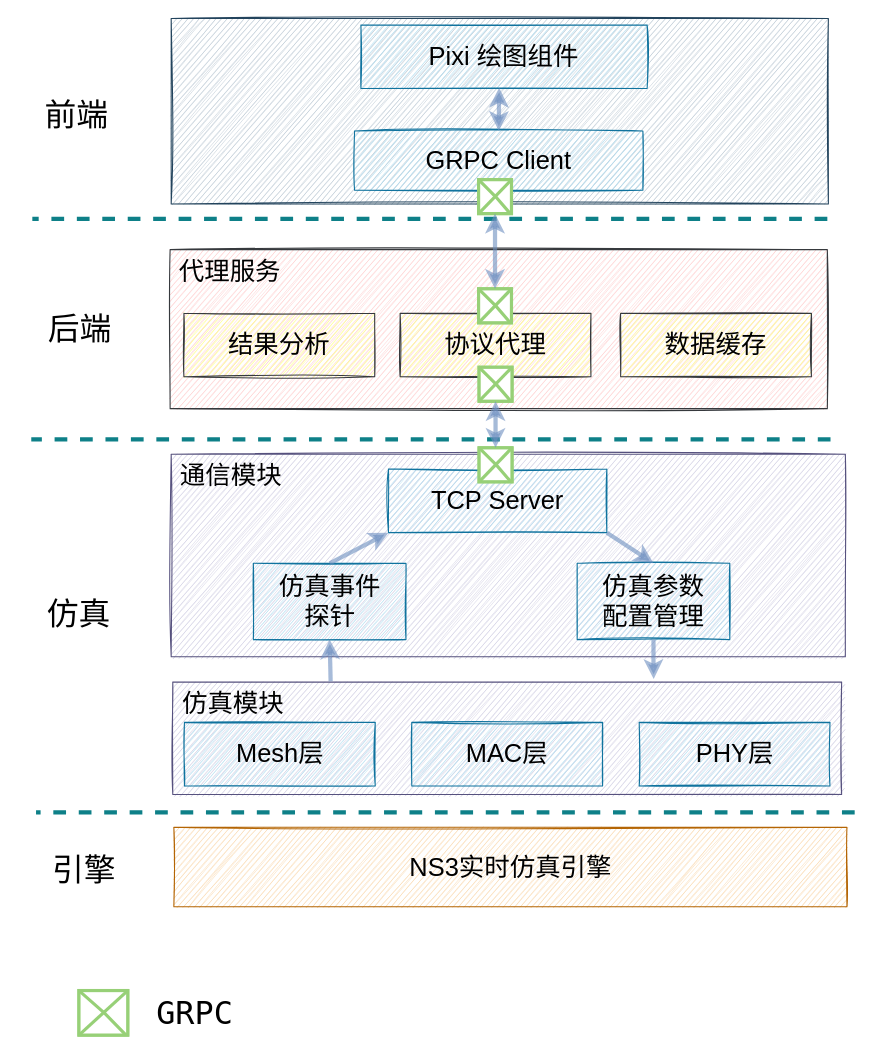
This is BLEarchv2.drawio from Ginkgowind/drawio, a draw.io file, before an edit. Source tidied: cells renumbered, new cells numbered last; positions are measured from the earlier drawing's top-left corner, leaving out a move shared by most shapes. Both pictures are drawn from the tidied source at 106%, with x=0, y=0 at pixel (18, 18).
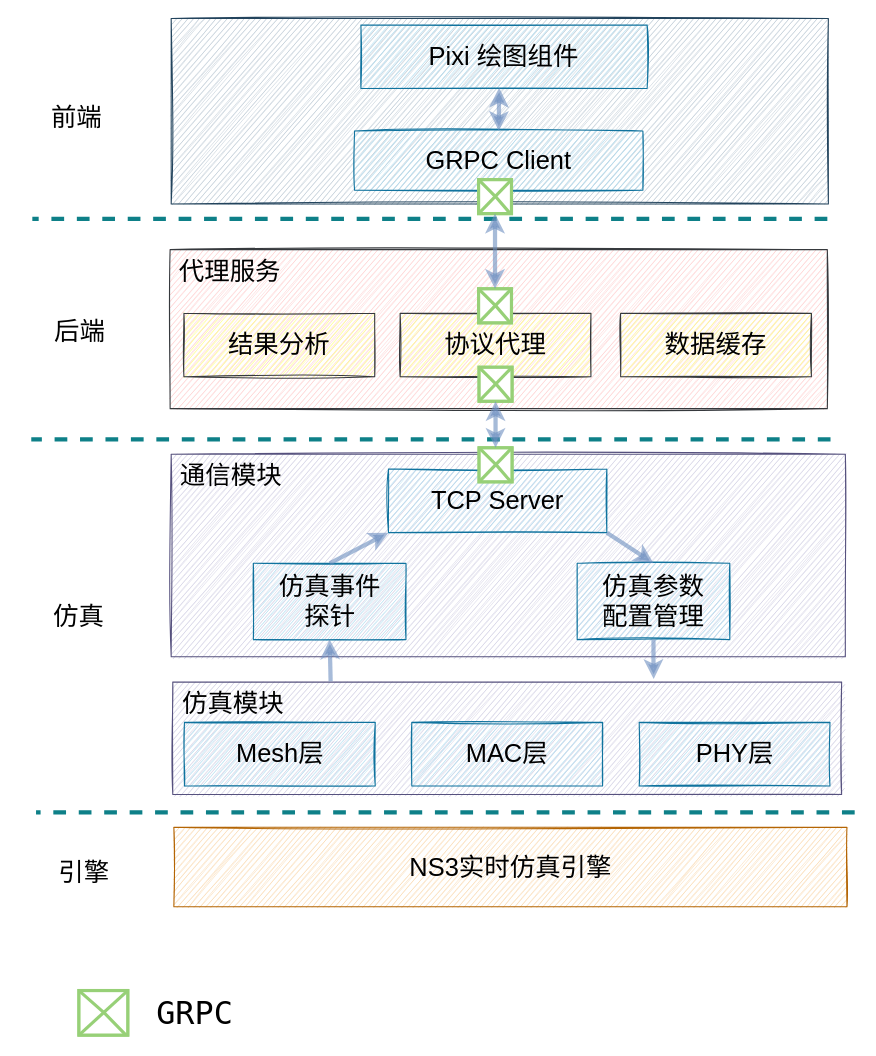
Above is the later version.

Diff of the diagram source:
```diff
@@
-    <mxCell id="19" value="&lt;font style=&quot;font-size: 30px;&quot;&gt;前端&lt;/font&gt;" style="text;html=1;strokeColor=none;fillColor=none;align=center;verticalAlign=middle;whiteSpace=wrap;rounded=0;shadow=0;sketch=1;fontSize=30;fontFamily=Lucida Console;" parent="1" vertex="1">
+    <mxCell id="19" value="&lt;font style=&quot;font-size: 24px;&quot;&gt;前端&lt;/font&gt;" style="text;html=1;strokeColor=none;fillColor=none;align=center;verticalAlign=middle;whiteSpace=wrap;rounded=0;shadow=0;sketch=1;fontSize=30;fontFamily=Lucida Console;" parent="1" vertex="1">
       <mxGeometry y="76" width="110" height="30" as="geometry" />
     </mxCell>
-    <mxCell id="20" value="&lt;span style=&quot;font-size: 30px;&quot;&gt;后端&lt;/span&gt;" style="text;html=1;strokeColor=none;fillColor=none;align=center;verticalAlign=middle;whiteSpace=wrap;rounded=0;shadow=0;sketch=1;fontSize=30;fontFamily=Lucida Console;" parent="1" vertex="1">
+    <mxCell id="20" value="&lt;font style=&quot;font-size: 24px;&quot;&gt;后端&lt;/font&gt;" style="text;html=1;strokeColor=none;fillColor=none;align=center;verticalAlign=middle;whiteSpace=wrap;rounded=0;shadow=0;sketch=1;fontSize=30;fontFamily=Lucida Console;" parent="1" vertex="1">
       <mxGeometry x="3" y="278" width="110" height="30" as="geometry" />
     </mxCell>
-    <mxCell id="21" value="&lt;span style=&quot;font-size: 30px;&quot;&gt;仿真&lt;/span&gt;" style="text;html=1;strokeColor=none;fillColor=none;align=center;verticalAlign=middle;whiteSpace=wrap;rounded=0;shadow=0;sketch=1;fontSize=30;fontFamily=Lucida Console;" parent="1" vertex="1">
+    <mxCell id="21" value="&lt;font style=&quot;font-size: 24px;&quot;&gt;仿真&lt;/font&gt;" style="text;html=1;strokeColor=none;fillColor=none;align=center;verticalAlign=middle;whiteSpace=wrap;rounded=0;shadow=0;sketch=1;fontSize=30;fontFamily=Lucida Console;" parent="1" vertex="1">
       <mxGeometry x="2" y="547" width="110" height="30" as="geometry" />
     </mxCell>
-    <mxCell id="22" value="&lt;span style=&quot;font-size: 30px;&quot;&gt;引擎&lt;/span&gt;" style="text;html=1;strokeColor=none;fillColor=none;align=center;verticalAlign=middle;whiteSpace=wrap;rounded=0;shadow=0;sketch=1;fontSize=30;fontFamily=Lucida Console;" parent="1" vertex="1">
+    <mxCell id="22" value="&lt;font style=&quot;font-size: 24px;&quot;&gt;引擎&lt;/font&gt;" style="text;html=1;strokeColor=none;fillColor=none;align=center;verticalAlign=middle;whiteSpace=wrap;rounded=0;shadow=0;sketch=1;fontSize=30;fontFamily=Lucida Console;" parent="1" vertex="1">
       <mxGeometry x="6.5" y="787.9" width="110" height="30" as="geometry" />
     </mxCell>
```
